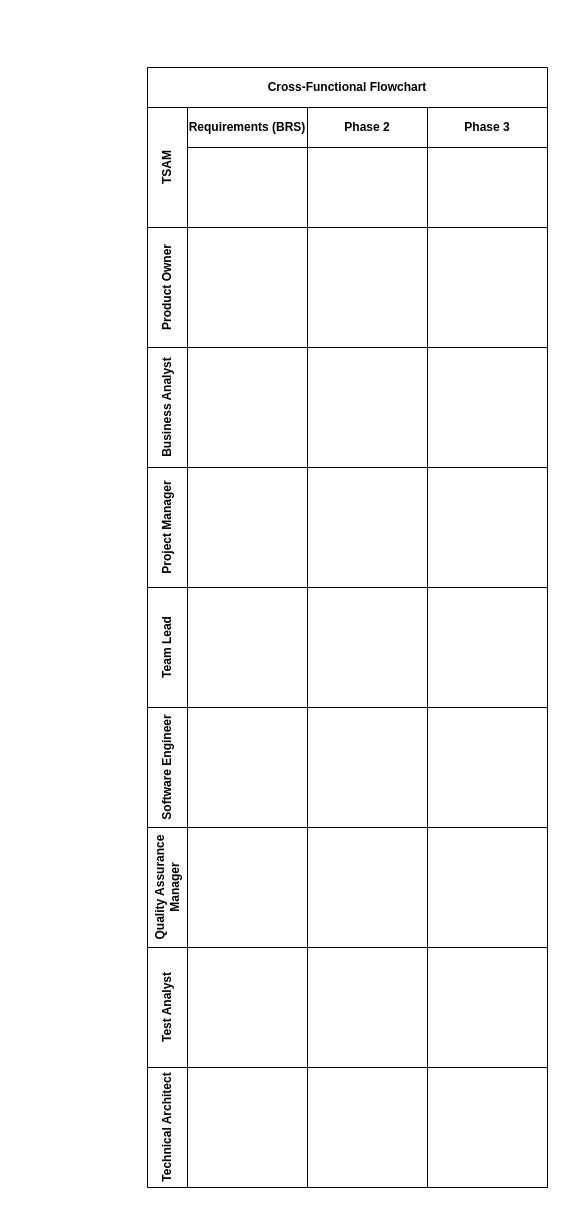
Before: Untitled Diagram.drawio in Marthinus77/drawio, a draw.io diagram. Source tidied: cells renumbered, new cells numbered last; positions are measured from the earlier drawing's top-left corner, leaving out a move shared by most shapes. Both pictures are drawn from the tidied source at 100%, with x=0, y=0 at pixel (147, 67).
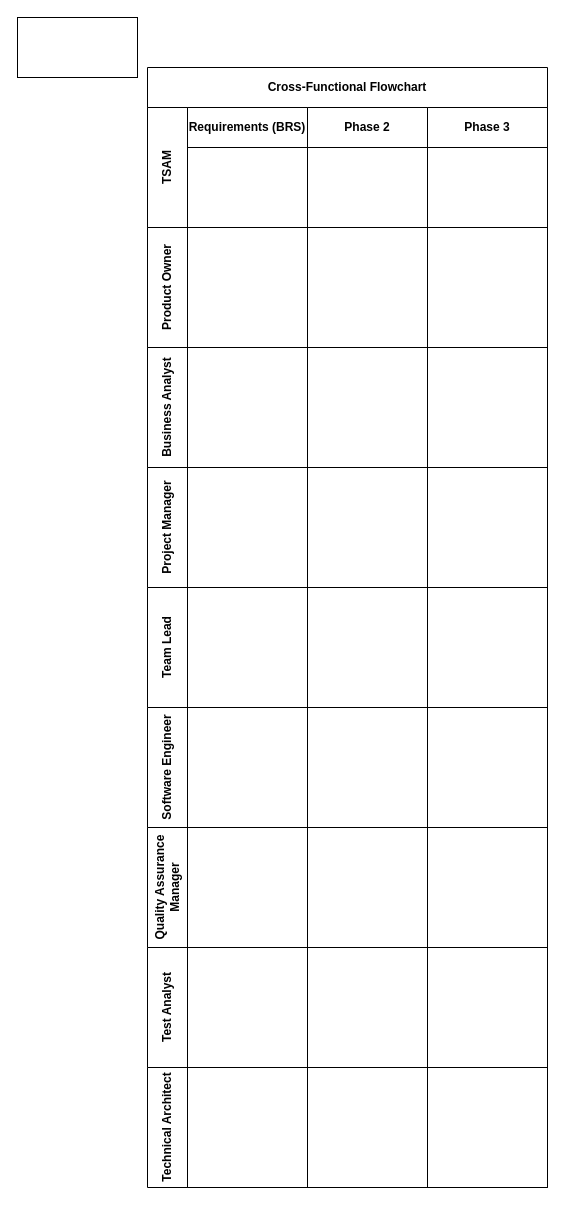
After the change.

The edit, as a diff of the source:
```diff
@@
+    <mxCell id="39" style="whiteSpace=wrap;html=1;" parent="1" vertex="1">
+      <mxGeometry x="-130" y="-50" width="120" height="60" as="geometry" />
+    </mxCell>
```
